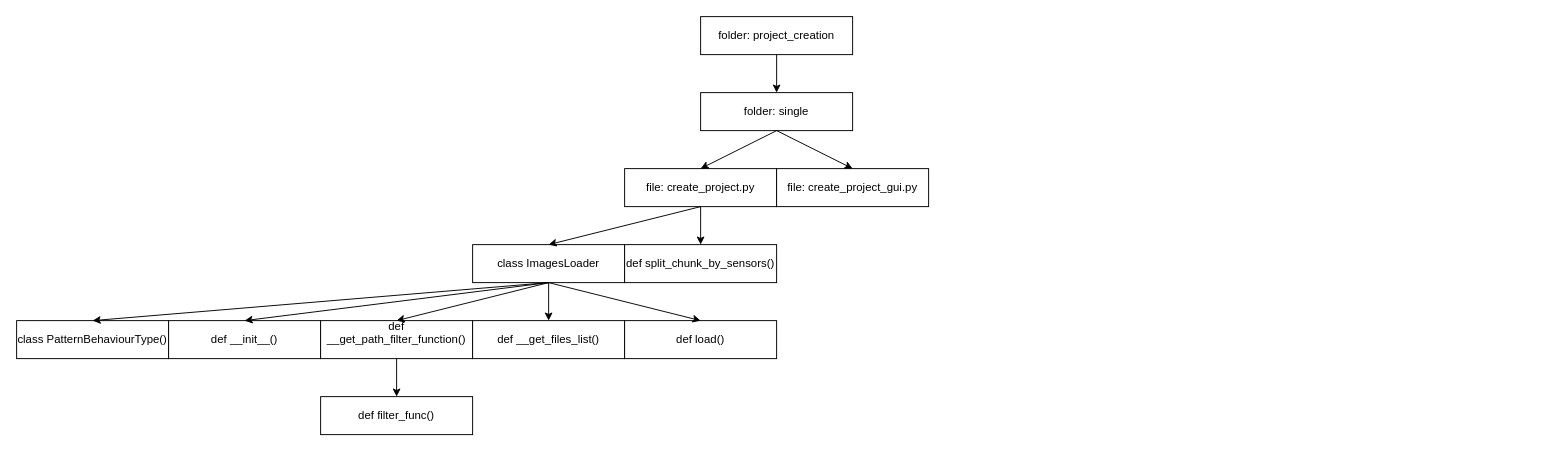
This is CreateProjectFromDir.drawio from go-enov/diagrams, a draw.io file, before an edit. Source tidied: cells renumbered, new cells numbered last; positions are measured from the earlier drawing's top-left corner, leaving out a move shared by most shapes. Both pictures are drawn from the tidied source at 95%, with x=0, y=0 at pixel (16, 16).
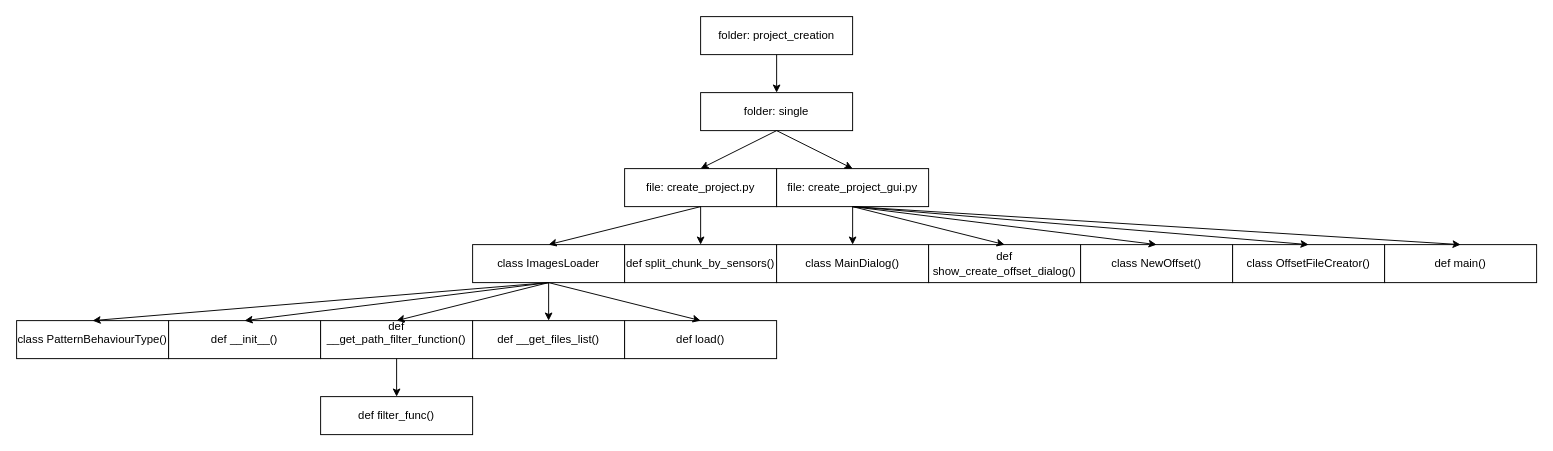
Above is the later version.

The change refers to these unchanged cells:
```xml
<mxCell id="7" value="file: create_project_gui.py" style="rounded=0;whiteSpace=wrap;html=1;" parent="1" vertex="1">
  <mxGeometry x="800" y="160" width="160" height="40" as="geometry" />
</mxCell>
```

Diff of the diagram source:
```diff
@@
+    <mxCell id="25" value="class MainDialog()" style="rounded=0;whiteSpace=wrap;html=1;" parent="1" vertex="1">
+      <mxGeometry x="800" y="240" width="160" height="40" as="geometry" />
+    </mxCell>
+    <mxCell id="26" value="def show_create_offset_dialog()" style="rounded=0;whiteSpace=wrap;html=1;" parent="1" vertex="1">
+      <mxGeometry x="960" y="240" width="160" height="40" as="geometry" />
+    </mxCell>
+    <mxCell id="27" value="class NewOffset()" style="rounded=0;whiteSpace=wrap;html=1;" parent="1" vertex="1">
+      <mxGeometry x="1120" y="240" width="160" height="40" as="geometry" />
+    </mxCell>
+    <mxCell id="28" value="class OffsetFileCreator()" style="rounded=0;whiteSpace=wrap;html=1;" parent="1" vertex="1">
+      <mxGeometry x="1280" y="240" width="160" height="40" as="geometry" />
+    </mxCell>
+    <mxCell id="29" value="def main()" style="rounded=0;whiteSpace=wrap;html=1;" parent="1" vertex="1">
+      <mxGeometry x="1440" y="240" width="160" height="40" as="geometry" />
+    </mxCell>
+    <mxCell id="30" style="endArrow=classic;html=1;rounded=0;exitX=0.5;exitY=1;exitDx=0;exitDy=0;entryX=0.5;entryY=0;entryDx=0;entryDy=0;" parent="1" edge="1" source="7" target="25">
+      <mxGeometry relative="1" as="geometry" />
+    </mxCell>
+    <mxCell id="31" style="endArrow=classic;html=1;rounded=0;exitX=0.5;exitY=1;exitDx=0;exitDy=0;entryX=0.5;entryY=0;entryDx=0;entryDy=0;" parent="1" edge="1" source="7" target="26">
+      <mxGeometry relative="1" as="geometry" />
+    </mxCell>
+    <mxCell id="32" style="endArrow=classic;html=1;rounded=0;exitX=0.5;exitY=1;exitDx=0;exitDy=0;entryX=0.5;entryY=0;entryDx=0;entryDy=0;" parent="1" edge="1" source="7" target="27">
+      <mxGeometry relative="1" as="geometry" />
+    </mxCell>
+    <mxCell id="33" style="endArrow=classic;html=1;rounded=0;exitX=0.5;exitY=1;exitDx=0;exitDy=0;entryX=0.5;entryY=0;entryDx=0;entryDy=0;" parent="1" edge="1" source="7" target="28">
+      <mxGeometry relative="1" as="geometry" />
+    </mxCell>
+    <mxCell id="34" style="endArrow=classic;html=1;rounded=0;exitX=0.5;exitY=1;exitDx=0;exitDy=0;entryX=0.5;entryY=0;entryDx=0;entryDy=0;" parent="1" edge="1" source="7" target="29">
+      <mxGeometry relative="1" as="geometry" />
+    </mxCell>
```
